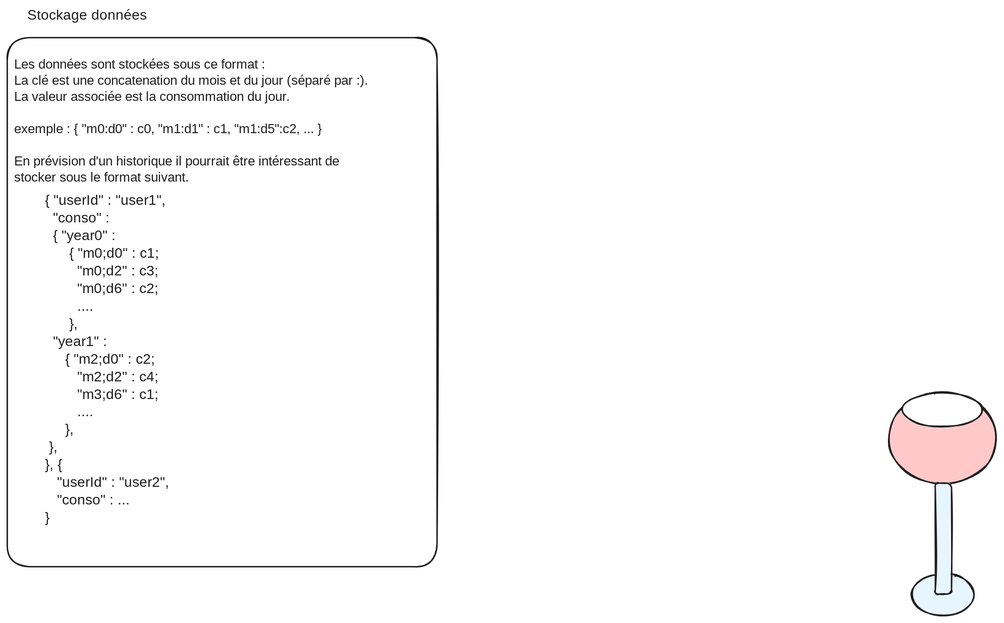
Before: conception.excalidraw.svg, a diagram exported from Excalidraw (Joux17/pixel-graph). Source tidied: one line per element, renumbered; positions are measured from the earlier drawing's top-left corner, leaving out a move shared by most shapes.
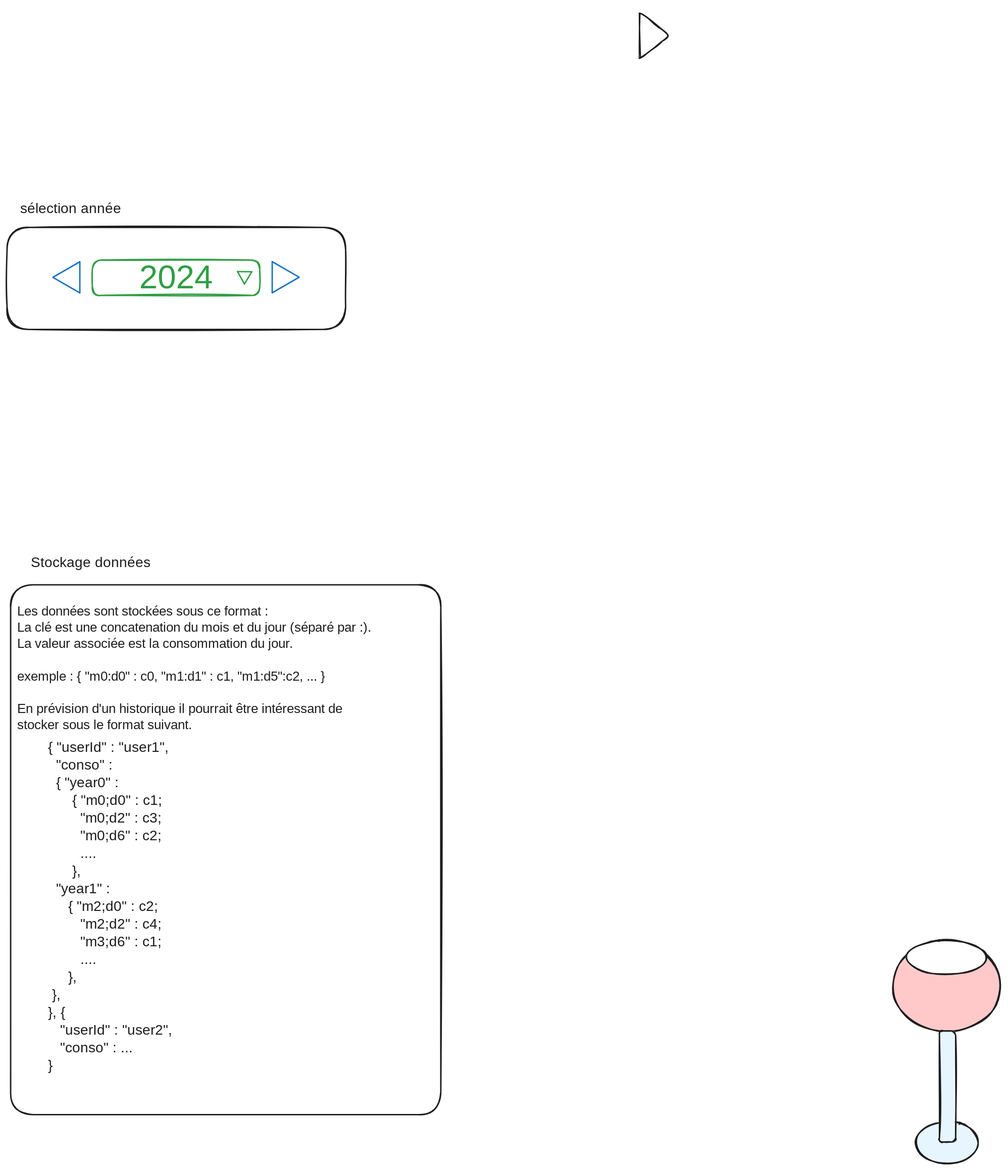
The same file after the commit.

Commit message:
Ajout de la sélection de l'année (#3)

The edit, as a diff of the source:
```diff
@@ -6,3 +6,19 @@
 {"id": 5, "type": "text", "text": "Stockage données", "strokeColor": "#1e1e1e", "strokeWidth": 2, "roughness": 1, "fontSize": 20, "fontFamily": 1, "x": 28, "y": 0, "width": 174, "height": 25}
 {"id": 6, "type": "text", "text": "Les données sont stockées sous ce format :\nLa clé est une concatenation du mois et du jour (séparé par :).\nLa valeur associée est la consommation du jour.\n\nexemple : { \"m0:d0\" : c0, \"m1:d1\" : c1, \"m1:d5\":c2, ... }\n\nEn prévision d'un historique il pourrait être intéressant de \nstocker sous le format suivant.", "strokeColor": "#1e1e1e", "strokeWidth": 2, "roughness": 1, "fontSize": 18.36, "fontFamily": 1, "x": 10, "y": 70, "width": 588, "height": 184}
 {"id": 7, "type": "text", "text": "{ \"userId\" : \"user1\", \n  \"conso\" : \n  { \"year0\" : \n      { \"m0;d0\" : c1;\n        \"m0;d2\" : c3;\n        \"m0;d6\" : c2;\n        ....\n      },\n  \"year1\" :\n     { \"m2;d0\" : c2;\n        \"m2;d2\" : c4;\n        \"m3;d6\" : c1;\n        ....\n     },\n },\n}, {\n   \"userId\" : \"user2\",\n   \"conso\" : ...\n}\n", "strokeColor": "#1e1e1e", "strokeWidth": 2, "roughness": 1, "fontSize": 20, "fontFamily": 1, "x": 53, "y": 262, "width": 206, "height": 500}
+{"id": 8, "type": "rectangle", "strokeColor": "#1e1e1e", "strokeWidth": 2, "roughness": 1, "round": true, "x": -5, "y": -462, "width": 479, "height": 144}
+{"id": 9, "type": "text", "text": "sélection année", "strokeColor": "#1e1e1e", "strokeWidth": 2, "roughness": 1, "fontSize": 20, "fontFamily": 1, "x": 14, "y": -500, "width": 151, "height": 25}
+{"id": 10, "type": "diamond", "strokeColor": "#1e1e1e", "strokeWidth": 2, "roughness": 1, "round": true, "x": 842, "y": -768, "width": 90, "height": 68}
+{"id": 11, "type": "line", "strokeColor": "#1e1e1e", "strokeWidth": 2, "roughness": 1, "round": true, "x": 889, "y": -765, "width": 0, "height": 63, "points": [[0, 0], [0, 63]]}
+{"id": 12, "type": "rectangle", "strokeColor": "#ffffff", "backgroundColor": "#ffffff", "fillStyle": "solid", "strokeWidth": 1, "roughness": 0, "x": 836, "y": -774, "width": 52, "height": 79}
+{"id": 13, "type": "rectangle", "strokeColor": "#2f9e44", "strokeWidth": 2, "roughness": 1, "round": true, "x": 116, "y": -416, "width": 237, "height": 50}
+{"id": 14, "type": "line", "strokeColor": "#1971c2", "backgroundColor": "#ffffff", "fillStyle": "solid", "strokeWidth": 2, "roughness": 0, "x": 370, "y": -414, "width": 0, "height": 44, "points": [[0, 0], [0, 44]]}
+{"id": 15, "type": "line", "strokeColor": "#1971c2", "backgroundColor": "#ffffff", "fillStyle": "solid", "strokeWidth": 2, "roughness": 0, "x": 370, "y": -414, "width": 38, "height": 22, "points": [[0, 0], [38, 22]]}
+{"id": 16, "type": "line", "strokeColor": "#1971c2", "backgroundColor": "#ffffff", "fillStyle": "solid", "strokeWidth": 2, "roughness": 0, "x": 370, "y": -370, "width": 38, "height": 22, "points": [[0, 0], [38, -22]]}
+{"id": 17, "type": "line", "strokeColor": "#1971c2", "angle": 3.14, "backgroundColor": "#ffffff", "fillStyle": "solid", "strokeWidth": 2, "roughness": 0, "x": 98, "y": -414, "width": 0, "height": 44, "points": [[0, 0], [0, 44]]}
+{"id": 18, "type": "line", "strokeColor": "#1971c2", "angle": 3.14, "backgroundColor": "#ffffff", "fillStyle": "solid", "strokeWidth": 2, "roughness": 0, "x": 60, "y": -391, "width": 38, "height": 22, "points": [[0, 0], [38, 22]]}
+{"id": 19, "type": "line", "strokeColor": "#1971c2", "angle": 3.14, "backgroundColor": "#ffffff", "fillStyle": "solid", "strokeWidth": 2, "roughness": 0, "x": 60, "y": -392, "width": 38, "height": 22, "points": [[0, 0], [38, -22]]}
+{"id": 20, "type": "text", "text": "2024", "strokeColor": "#2f9e44", "backgroundColor": "#ffffff", "fillStyle": "solid", "strokeWidth": 2, "roughness": 0, "fontSize": 46.77, "fontFamily": 2, "textAlign": "center", "x": 182, "y": -418, "width": 104, "height": 54}
+{"id": 21, "type": "line", "strokeColor": "#2f9e44", "angle": 1.58, "backgroundColor": "#ffffff", "fillStyle": "solid", "strokeWidth": 2, "roughness": 0, "x": 331, "y": -410, "width": 0, "height": 20, "points": [[0, 0], [0, 20]]}
+{"id": 22, "type": "line", "strokeColor": "#2f9e44", "angle": 1.58, "backgroundColor": "#ffffff", "fillStyle": "solid", "strokeWidth": 2, "roughness": 0, "x": 327, "y": -396, "width": 17, "height": 10, "points": [[0, 0], [17, 10]]}
+{"id": 23, "type": "line", "strokeColor": "#2f9e44", "angle": 1.58, "backgroundColor": "#ffffff", "fillStyle": "solid", "strokeWidth": 2, "roughness": 0, "x": 317, "y": -386, "width": 17, "height": 10, "points": [[0, 0], [17, -10]]}
```
